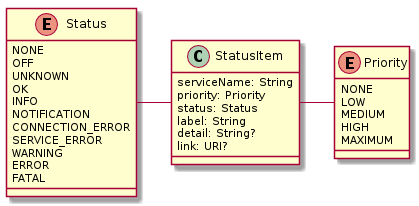
Before: data/src/uml/StatusItem.png, a diagram exported from PlantUML (kubovy/monitor). The source it was exported from:
```plantuml
@startuml
class StatusItem {
  serviceName: String
  priority: Priority
  status: Status
  label: String
  detail: String?
  link: URI?
}
enum Priority {
  NONE
  LOW
  MEDIUM
  HIGH
  MAXIMUM
}
enum Status {
  NONE
  OFF
  UNKNOWN
  OK
  INFO
  NOTIFICATION
  CONNECTION_ERROR
  SERVICE_ERROR
  WARNING
  ERROR
  FATAL
}

StatusItem -left- Status
StatusItem -right- Priority
@enduml
```
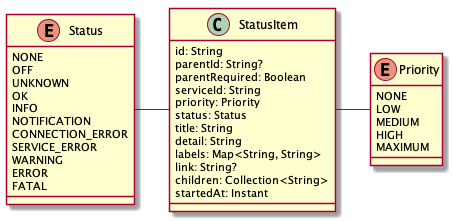
The same diagram one commit later.

Change to the diagram source:
```diff
@@ -1,11 +1,17 @@
 @startuml
 class StatusItem {
-  serviceName: String
+  id: String
+  parentId: String?
+  parentRequired: Boolean
+  serviceId: String
   priority: Priority
   status: Status
-  label: String
-  detail: String?
-  link: URI?
+  title: String
+  detail: String
+  labels: Map<String, String>
+  link: String?
+  children: Collection<String>
+  startedAt: Instant
 }
 enum Priority {
   NONE
@@ -27,7 +33,6 @@
   ERROR
   FATAL
 }
-
 StatusItem -left- Status
 StatusItem -right- Priority
 @enduml
```
